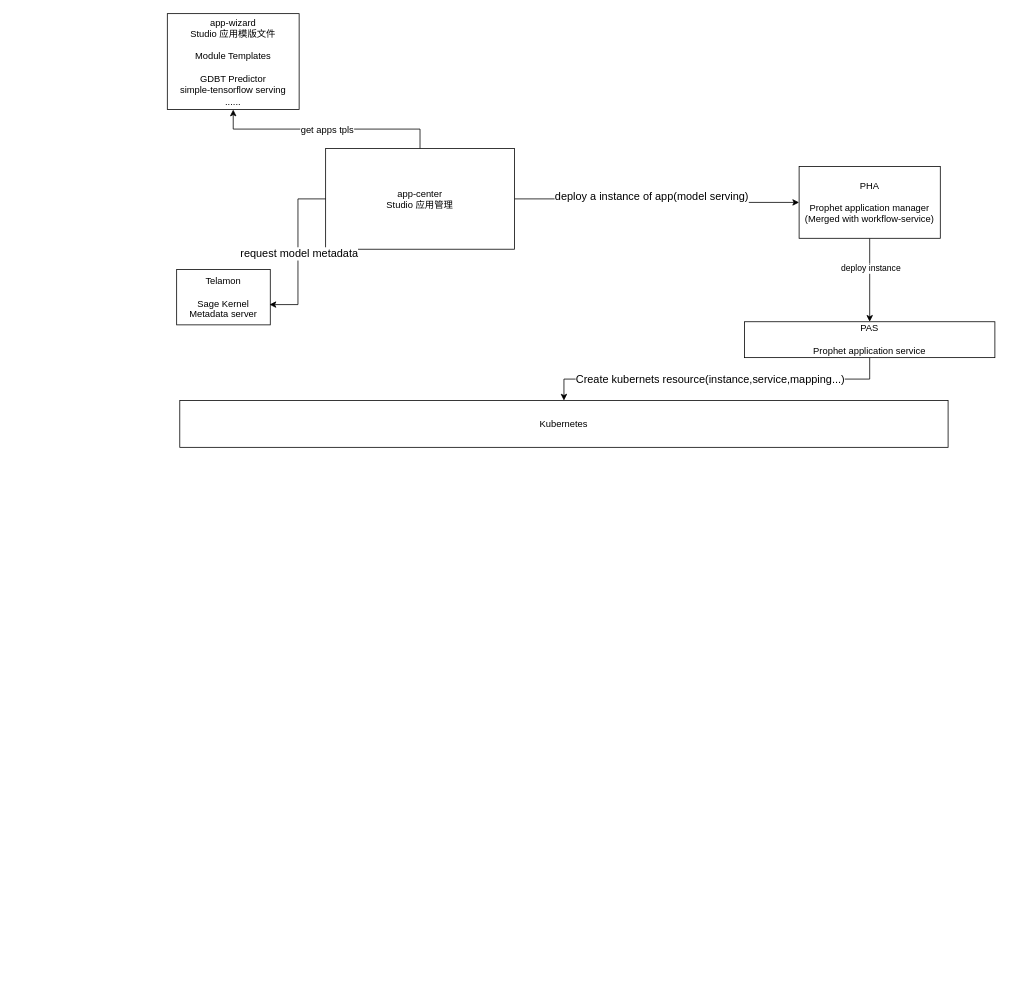
JackDan9/soil keeps this draw.io diagram as 未命名绘图.drawio. Above is the earlier version. Source tidied: cells renumbered, new cells numbered last; positions are measured from the earlier drawing's top-left corner, leaving out a move shared by most shapes. Both pictures are drawn from the tidied source at 78%, with x=0, y=0 at pixel (167, 13).
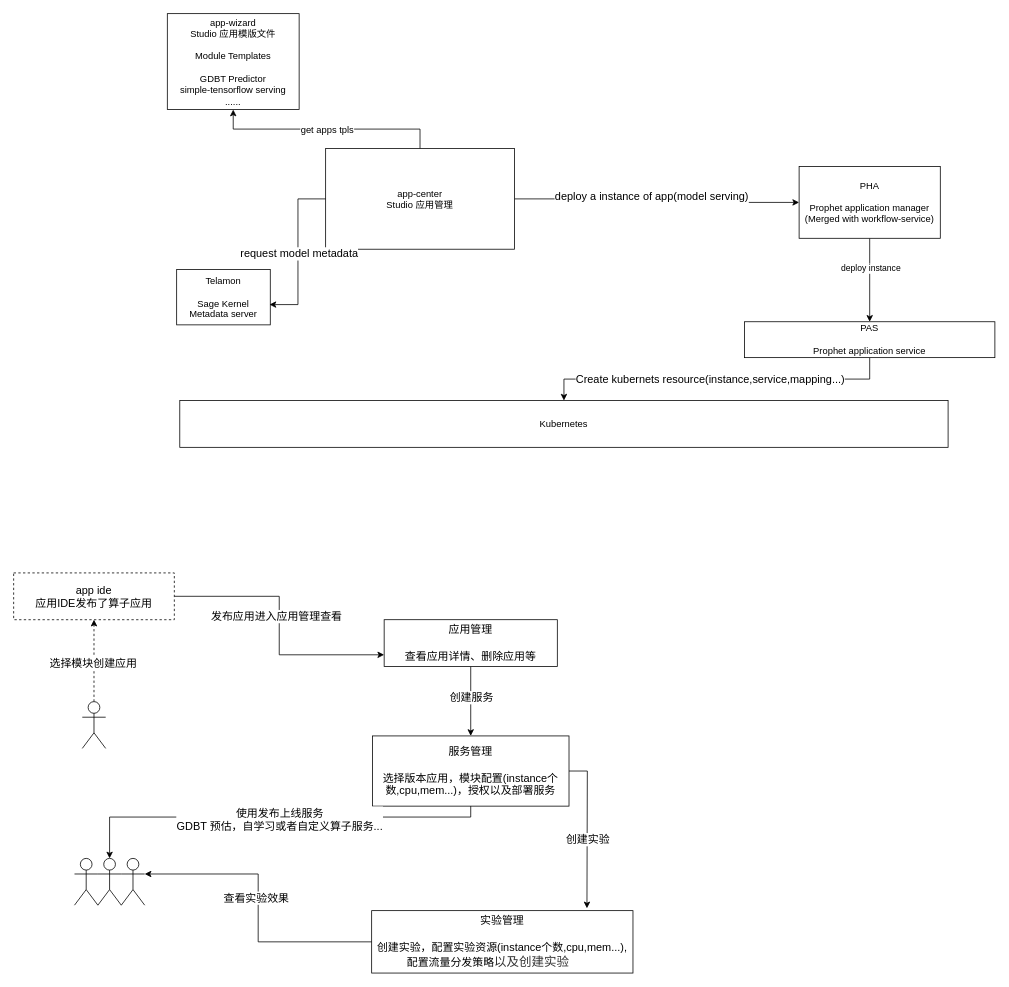
The same page after the edit.

Diff of the diagram source:
```diff
@@
+    <mxCell id="18" style="edgeStyle=orthogonalEdgeStyle;rounded=0;jettySize=auto;html=1;exitX=0.5;exitY=0;exitDx=0;exitDy=0;exitPerimeter=0;entryX=0.5;entryY=1;entryDx=0;entryDy=0;dashed=1;" parent="1" edge="1" source="20" target="23">
+      <mxGeometry relative="1" as="geometry" />
+    </mxCell>
+    <mxCell id="19" value="&lt;font style=&quot;font-size: 14px;&quot;&gt;选择模块创建应用&lt;/font&gt;" style="edgeLabel;html=1;align=center;verticalAlign=middle;" parent="18" vertex="1">
+      <mxGeometry x="0.22" y="3" relative="1" as="geometry">
+        <mxPoint x="1" y="14" as="offset" />
+      </mxGeometry>
+    </mxCell>
+    <mxCell id="20" style="shape=umlActor;verticalLabelPosition=bottom;verticalAlign=top;html=1;outlineConnect=0;" parent="1" vertex="1">
+      <mxGeometry x="-109" y="882" width="30" height="60" as="geometry" />
+    </mxCell>
+    <mxCell id="21" style="edgeStyle=orthogonalEdgeStyle;rounded=0;jettySize=auto;html=1;entryX=0;entryY=0.75;entryDx=0;entryDy=0;" parent="1" edge="1" source="23" target="26">
+      <mxGeometry relative="1" as="geometry" />
+    </mxCell>
+    <mxCell id="22" value="&lt;font style=&quot;font-size: 14px;&quot;&gt;发布应用进入应用管理查看&lt;/font&gt;" style="edgeLabel;html=1;align=center;verticalAlign=middle;" parent="21" vertex="1">
+      <mxGeometry x="-0.07" y="-4" relative="1" as="geometry" />
+    </mxCell>
+    <mxCell id="23" value="&lt;font style=&quot;font-size: 14px;&quot;&gt;app ide&lt;br&gt;应用IDE发布了算子应用&lt;/font&gt;" style="rounded=0;whiteSpace=wrap;html=1;dashed=1;" parent="1" vertex="1">
+      <mxGeometry x="-197" y="717" width="206" height="60" as="geometry" />
+    </mxCell>
+    <mxCell id="24" style="edgeStyle=orthogonalEdgeStyle;rounded=0;jettySize=auto;html=1;entryX=0.5;entryY=0;entryDx=0;entryDy=0;" parent="1" edge="1" source="26" target="29">
+      <mxGeometry relative="1" as="geometry" />
+    </mxCell>
+    <mxCell id="25" value="&lt;font style=&quot;font-size: 14px;&quot;&gt;创建服务&lt;/font&gt;" style="edgeLabel;html=1;align=center;verticalAlign=middle;" parent="24" vertex="1">
+      <mxGeometry x="-0.18" y="-2" relative="1" as="geometry">
+        <mxPoint x="2" y="3" as="offset" />
+      </mxGeometry>
+    </mxCell>
+    <mxCell id="26" value="&lt;font style=&quot;font-size: 14px;&quot;&gt;应用管理&lt;br&gt;&lt;br&gt;查看应用详情、删除应用等&lt;/font&gt;" style="rounded=0;whiteSpace=wrap;html=1;" parent="1" vertex="1">
+      <mxGeometry x="278" y="777" width="222" height="60" as="geometry" />
+    </mxCell>
+    <mxCell id="27" style="edgeStyle=orthogonalEdgeStyle;rounded=0;jettySize=auto;html=1;" parent="1" edge="1" source="29">
+      <mxGeometry relative="1" as="geometry">
+        <mxPoint x="538" y="1147" as="targetPoint" />
+      </mxGeometry>
+    </mxCell>
+    <mxCell id="28" value="&lt;font style=&quot;font-size: 14px;&quot;&gt;创建实验&lt;/font&gt;" style="edgeLabel;html=1;align=center;verticalAlign=middle;" parent="27" vertex="1">
+      <mxGeometry x="0.11" relative="1" as="geometry" />
+    </mxCell>
+    <mxCell id="29" value="&lt;font style=&quot;font-size: 14px;&quot;&gt;服务管理&lt;br&gt;&lt;br&gt;选择版本应用，模块配置(instance个数,cpu,mem...)，授权以及部署服务&lt;/font&gt;" style="rounded=0;whiteSpace=wrap;html=1;" parent="1" vertex="1">
+      <mxGeometry x="263" y="926" width="252" height="90" as="geometry" />
+    </mxCell>
+    <mxCell id="30" style="shape=umlActor;verticalLabelPosition=bottom;verticalAlign=top;html=1;" parent="1" vertex="1">
+      <mxGeometry x="-119" y="1083" width="30" height="60" as="geometry" />
+    </mxCell>
+    <mxCell id="31" style="shape=umlActor;verticalLabelPosition=bottom;verticalAlign=top;html=1;outlineConnect=0;" parent="1" vertex="1">
+      <mxGeometry x="-89" y="1083" width="30" height="60" as="geometry" />
+    </mxCell>
+    <mxCell id="32" style="shape=umlActor;verticalLabelPosition=bottom;verticalAlign=top;html=1;outlineConnect=0;" parent="1" vertex="1">
+      <mxGeometry x="-59" y="1083" width="30" height="60" as="geometry" />
+    </mxCell>
+    <mxCell id="33" style="edgeStyle=orthogonalEdgeStyle;rounded=0;jettySize=auto;html=1;entryX=0.5;entryY=0;entryDx=0;entryDy=0;entryPerimeter=0;" parent="1" edge="1" source="29" target="31">
+      <mxGeometry relative="1" as="geometry">
+        <Array as="points">
+          <mxPoint x="389" y="1030" />
+          <mxPoint x="-74" y="1030" />
+        </Array>
+      </mxGeometry>
+    </mxCell>
+    <mxCell id="34" value="&lt;font style=&quot;font-size: 14px;&quot;&gt;使用发布上线服务&lt;br&gt;GDBT 预估，自学习或者自定义算子服务...&lt;br&gt;&lt;/font&gt;" style="edgeLabel;html=1;align=center;verticalAlign=middle;" parent="33" vertex="1">
+      <mxGeometry x="-0.02" y="2" relative="1" as="geometry" />
+    </mxCell>
+    <mxCell id="35" value="&lt;font style=&quot;font-size: 14px;&quot;&gt;实验管理&lt;br&gt;&lt;br&gt;创建实验，配置实验资源(instance个数,cpu,mem...), 配置流量分发策略&lt;/font&gt;&lt;div style=&quot;box-sizing: border-box; margin: 0px; padding: 0px; border: 0px; font-variant-numeric: inherit; font-variant-east-asian: inherit; font-variant-alternates: inherit; font-variant-position: inherit; font-stretch: inherit; line-height: inherit; font-family: &amp;quot;Helvetica Neue&amp;quot;, Helvetica, Arial, &amp;quot;PingFang SC&amp;quot;, &amp;quot;Hiragino Sans GB&amp;quot;, &amp;quot;Heiti SC&amp;quot;, &amp;quot;Microsoft YaHei&amp;quot;, &amp;quot;WenQuanYi Micro Hei&amp;quot;, sans-serif; font-optical-sizing: inherit; font-kerning: inherit; font-feature-settings: inherit; font-variation-settings: inherit; vertical-align: baseline; position: relative; display: inline-block; color: rgb(51, 51, 51); text-align: start; background-color: rgb(255, 255, 255);&quot; class=&quot;index_radio-Style-Parent_sI735&quot;&gt;&lt;font size=&quot;3&quot;&gt;以及创建实验&lt;/font&gt;&lt;div style=&quot;box-sizing: border-box; margin: 0px 36px 0px 0px; padding: 0px; border: 0px; font-style: inherit; font-variant: inherit; font-weight: inherit; font-stretch: inherit; line-height: inherit; font-family: initial; font-optical-sizing: inherit; font-kerning: inherit; font-feature-settings: inherit; font-variation-settings: inherit; vertical-align: baseline; display: inline-block;&quot; class=&quot;index_radio-style-before_1yXye&quot;&gt;&lt;/div&gt;&lt;/div&gt;" style="rounded=0;whiteSpace=wrap;html=1;" parent="1" vertex="1">
+      <mxGeometry x="262" y="1150" width="335" height="80" as="geometry" />
+    </mxCell>
+    <mxCell id="36" style="edgeStyle=orthogonalEdgeStyle;rounded=0;jettySize=auto;html=1;entryX=1;entryY=0.3333333333333333;entryDx=0;entryDy=0;entryPerimeter=0;" parent="1" edge="1" source="35" target="32">
+      <mxGeometry relative="1" as="geometry" />
+    </mxCell>
+    <mxCell id="37" value="&lt;font style=&quot;font-size: 14px;&quot;&gt;查看实验效果&lt;/font&gt;" style="edgeLabel;html=1;align=center;verticalAlign=middle;" parent="36" vertex="1">
+      <mxGeometry x="0.07" y="4" relative="1" as="geometry">
+        <mxPoint x="1" as="offset" />
+      </mxGeometry>
+    </mxCell>
```
